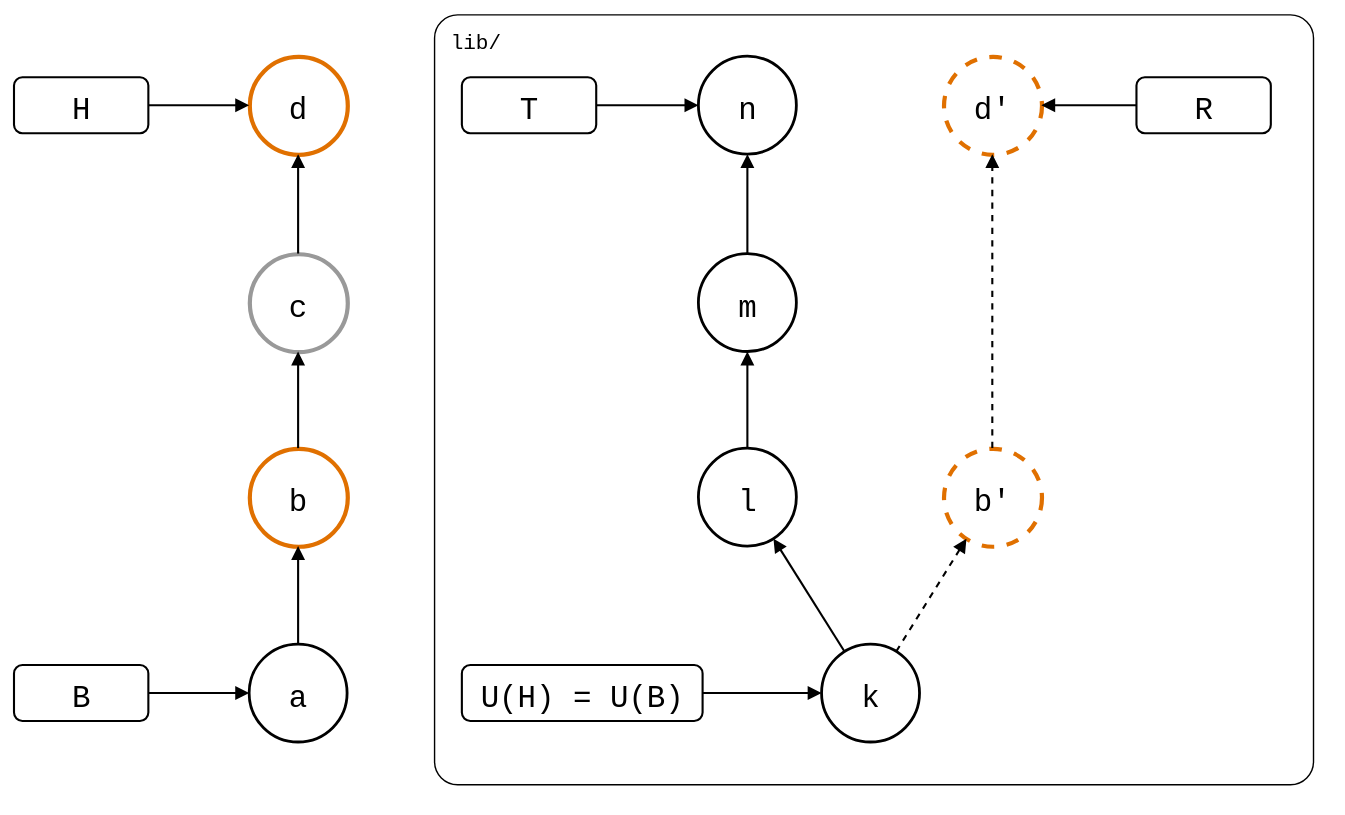
This is test/scenarios/01-everyday-sync/01-sync-model/before-pull.drawio.svg from roschaefer/git-splice, a draw.io export, as it was before one commit. Source tidied: cells renumbered, new cells last; positions are measured from the earlier drawing's top-left corner, leaving out a move shared by most shapes.
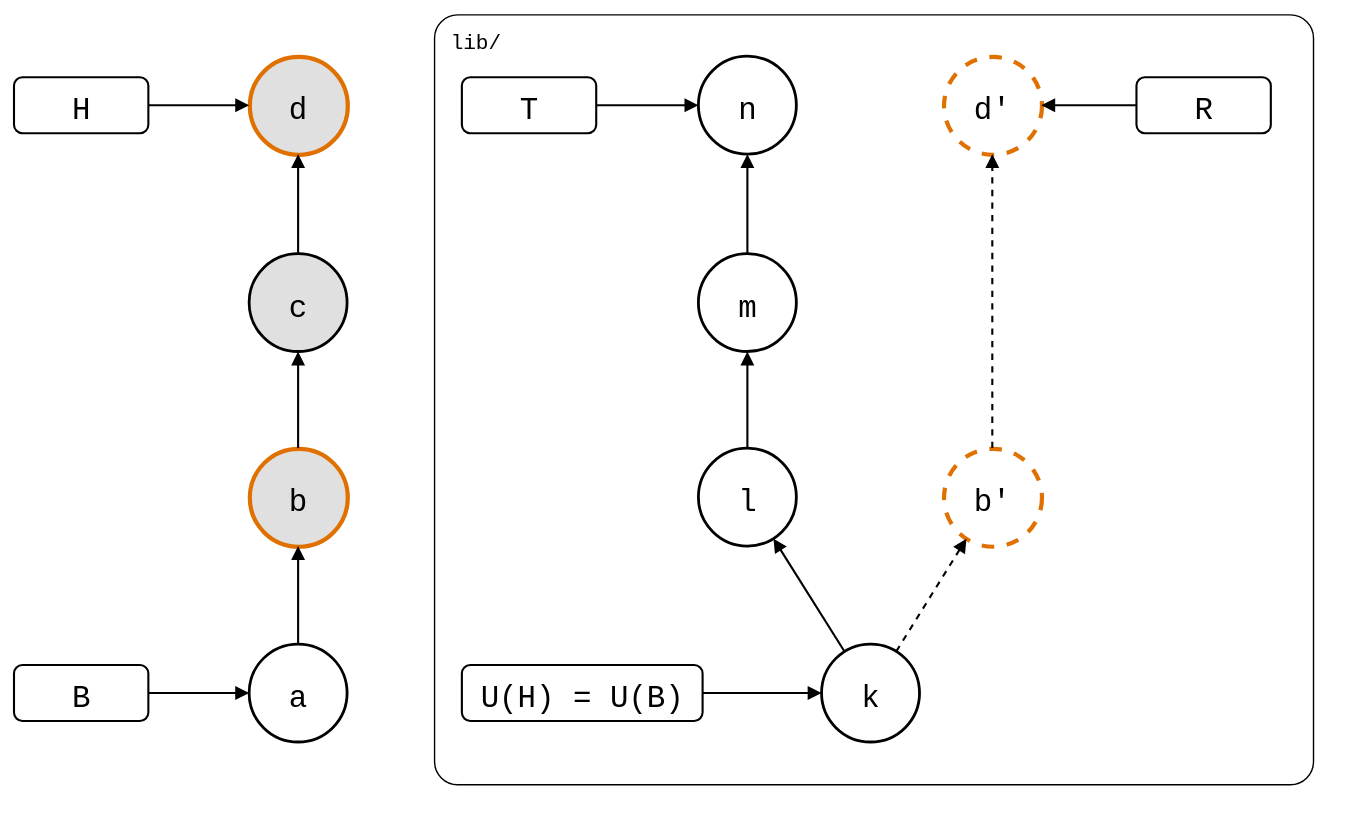
Above is the later version.

Diff of the diagram source:
```diff
@@ -8,13 +8,13 @@
     <mxCell id="3" value="a" style="ellipse;strokeWidth=2;fontSize=22;fontFamily=Roboto Mono,monospace;" parent="1" vertex="1">
       <mxGeometry x="168" y="450" width="70" height="70" as="geometry" />
     </mxCell>
-    <mxCell id="4" value="b" style="ellipse;fontSize=22;fontFamily=Roboto Mono,monospace;strokeColor=#E07000;strokeWidth=3;" parent="1" vertex="1">
+    <mxCell id="4" value="b" style="ellipse;fontSize=22;fontFamily=Roboto Mono,monospace;fillColor=#E0E0E0;strokeColor=#E07000;strokeWidth=3;" parent="1" vertex="1">
       <mxGeometry x="168" y="310" width="70" height="70" as="geometry" />
     </mxCell>
-    <mxCell id="5" value="c" style="ellipse;fontSize=22;fontFamily=Roboto Mono,monospace;strokeColor=#999999;strokeWidth=3;" parent="1" vertex="1">
+    <mxCell id="5" value="c" style="ellipse;fontSize=22;fontFamily=Roboto Mono,monospace;strokeWidth=2;fillColor=#E0E0E0;" parent="1" vertex="1">
       <mxGeometry x="168" y="171" width="70" height="70" as="geometry" />
     </mxCell>
-    <mxCell id="6" value="d" style="ellipse;fontSize=22;fontFamily=Roboto Mono,monospace;strokeColor=#E07000;strokeWidth=3;" parent="1" vertex="1">
+    <mxCell id="6" value="d" style="ellipse;fontSize=22;fontFamily=Roboto Mono,monospace;fillColor=#E0E0E0;strokeColor=#E07000;strokeWidth=3;" parent="1" vertex="1">
       <mxGeometry x="168" y="30" width="70" height="70" as="geometry" />
     </mxCell>
     <mxCell id="7" value="k" style="ellipse;strokeWidth=2;fontSize=22;fontFamily=Roboto Mono,monospace;" parent="1" vertex="1">
```
